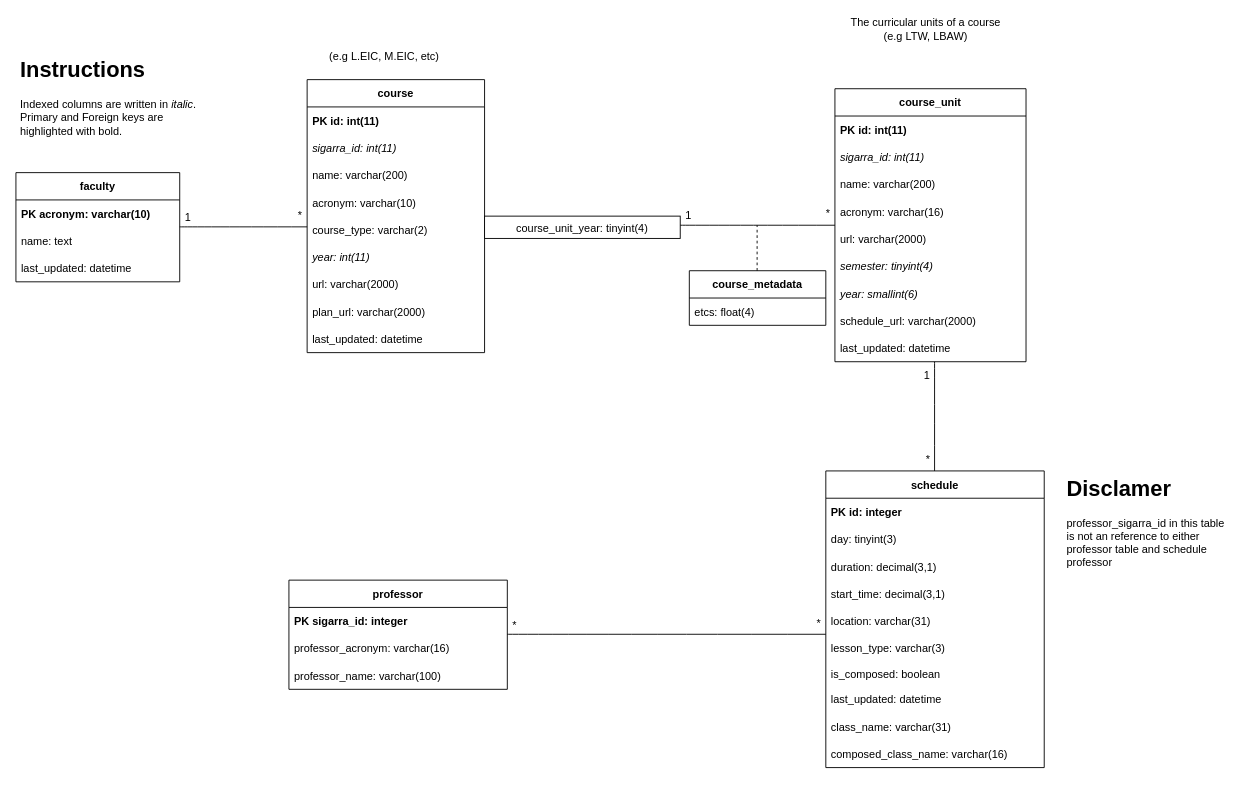
NIAEFEUP/uporto-schedule-scrapper keeps this draw.io diagram as docs/schema.drawio. Above is the earlier version. Source tidied: cells renumbered, new cells numbered last; positions are measured from the earlier drawing's top-left corner, leaving out a move shared by most shapes. Both pictures are drawn from the tidied source at 91%, with x=0, y=0 at pixel (15, 15).
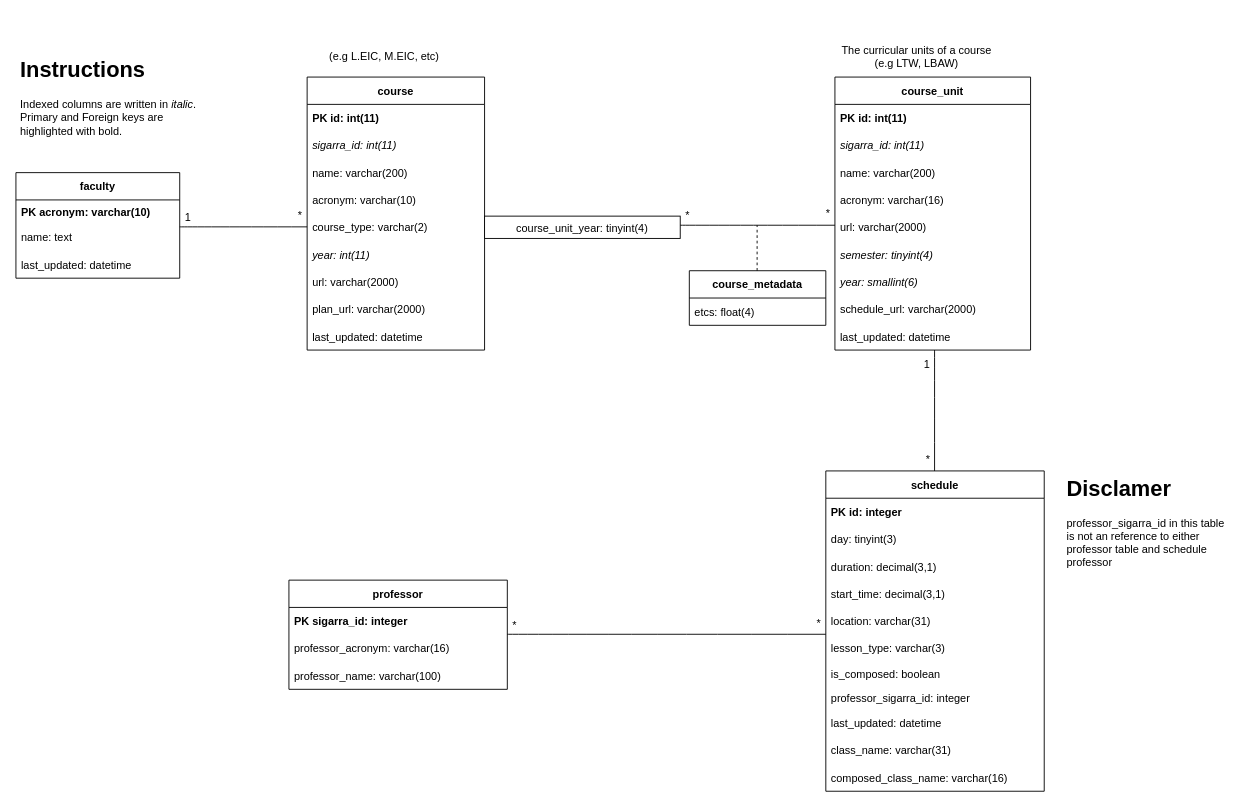
After the change.

Unchanged cells that the change refers to:
```xml
<mxCell id="49" style="endArrow=none;html=1;edgeStyle=orthogonalEdgeStyle;rounded=0;fontSize=12;curved=1;startSize=8;endSize=8;" parent="1" edge="1">
  <mxGeometry relative="1" as="geometry">
    <mxPoint x="730" y="230" as="sourcePoint" />
    <mxPoint x="900" y="230" as="targetPoint" />
  </mxGeometry>
</mxCell>
```

Change to the diagram source:
```diff
@@
     <mxCell id="2" value="course_unit" style="swimlane;fontStyle=1;horizontal=1;startSize=30;" parent="1" vertex="1">
-      <mxGeometry x="900" y="80" width="210" height="300" as="geometry" />
+      <mxGeometry x="900" y="67.2" width="215" height="300" as="geometry" />
     </mxCell>
     <mxCell id="3" value="PK id: int(11)" style="text;strokeColor=none;fillColor=none;align=left;verticalAlign=middle;spacingLeft=4;spacingRight=4;overflow=hidden;fontStyle=1;" parent="2" vertex="1">
-      <mxGeometry y="30" width="210" height="30" as="geometry" />
+      <mxGeometry y="30" width="215" height="30" as="geometry" />
     </mxCell>
     <mxCell id="4" value="sigarra_id: int(11)" style="text;strokeColor=none;fillColor=none;align=left;verticalAlign=middle;spacingLeft=4;spacingRight=4;overflow=hidden;fontStyle=2;" parent="2" vertex="1">
-      <mxGeometry y="60" width="210" height="30" as="geometry" />
+      <mxGeometry y="60" width="215" height="30" as="geometry" />
     </mxCell>
     <mxCell id="5" value="name: varchar(200)" style="text;strokeColor=none;fillColor=none;align=left;verticalAlign=middle;spacingLeft=4;spacingRight=4;overflow=hidden;" parent="2" vertex="1">
-      <mxGeometry y="90" width="210" height="30" as="geometry" />
+      <mxGeometry y="90" width="215" height="30" as="geometry" />
     </mxCell>
     <mxCell id="6" value="acronym: varchar(16)" style="text;strokeColor=none;fillColor=none;align=left;verticalAlign=middle;spacingLeft=4;spacingRight=4;overflow=hidden;" parent="2" vertex="1">
-      <mxGeometry y="120" width="210" height="30" as="geometry" />
+      <mxGeometry y="120" width="215" height="30" as="geometry" />
     </mxCell>
     <mxCell id="7" value="url: varchar(2000)" style="text;strokeColor=none;fillColor=none;align=left;verticalAlign=middle;spacingLeft=4;spacingRight=4;overflow=hidden;" parent="2" vertex="1">
-      <mxGeometry y="150" width="210" height="30" as="geometry" />
+      <mxGeometry y="150" width="215" height="30" as="geometry" />
     </mxCell>
     <mxCell id="8" value="semester: tinyint(4)" style="text;strokeColor=none;fillColor=none;align=left;verticalAlign=middle;spacingLeft=4;spacingRight=4;overflow=hidden;fontStyle=2;" parent="2" vertex="1">
-      <mxGeometry y="180" width="210" height="30" as="geometry" />
+      <mxGeometry y="180" width="215" height="30" as="geometry" />
     </mxCell>
     <mxCell id="9" value="year: smallint(6)" style="text;strokeColor=none;fillColor=none;align=left;verticalAlign=middle;spacingLeft=4;spacingRight=4;overflow=hidden;fontStyle=2;" parent="2" vertex="1">
-      <mxGeometry y="210" width="210" height="30" as="geometry" />
+      <mxGeometry y="210" width="215" height="30" as="geometry" />
     </mxCell>
     <mxCell id="10" value="schedule_url: varchar(2000)" style="text;strokeColor=none;fillColor=none;align=left;verticalAlign=middle;spacingLeft=4;spacingRight=4;overflow=hidden;" parent="2" vertex="1">
-      <mxGeometry y="240" width="210" height="30" as="geometry" />
+      <mxGeometry y="240" width="215" height="30" as="geometry" />
     </mxCell>
     <mxCell id="11" value="last_updated: datetime" style="text;strokeColor=none;fillColor=none;align=left;verticalAlign=middle;spacingLeft=4;spacingRight=4;overflow=hidden;" parent="2" vertex="1">
-      <mxGeometry y="270" width="210" height="30" as="geometry" />
+      <mxGeometry y="270" width="215" height="30" as="geometry" />
     </mxCell>
     <mxCell id="12" value="The curricular units of a course (e.g LTW, LBAW)" style="text;html=1;strokeColor=none;fillColor=none;align=center;verticalAlign=middle;whiteSpace=wrap;rounded=0;" parent="1" vertex="1">
-      <mxGeometry x="910" width="180" height="30" as="geometry" />
+      <mxGeometry x="900" y="30" width="180" height="30" as="geometry" />
     </mxCell>
@@
     <mxCell id="14" value="schedule" style="swimlane;fontStyle=1;horizontal=1;startSize=30;" parent="1" vertex="1">
-      <mxGeometry x="890" y="500" width="240" height="326" as="geometry" />
+      <mxGeometry x="890" y="500" width="240" height="352" as="geometry" />
     </mxCell>
@@
+    <mxCell id="62" value="professor_sigarra_id: integer" style="text;strokeColor=none;fillColor=none;align=left;verticalAlign=top;spacingLeft=4;spacingRight=4;overflow=hidden;whiteSpace=wrap;html=1;" parent="14" vertex="1">
+      <mxGeometry y="236" width="240" height="26" as="geometry" />
+    </mxCell>
     <mxCell id="22" value="last_updated: datetime" style="text;strokeColor=none;fillColor=none;align=left;verticalAlign=middle;spacingLeft=4;spacingRight=4;overflow=hidden;" parent="14" vertex="1">
-      <mxGeometry y="236" width="240" height="30" as="geometry" />
+      <mxGeometry y="262" width="240" height="30" as="geometry" />
     </mxCell>
     <mxCell id="23" value="class_name: varchar(31)" style="text;strokeColor=none;fillColor=none;align=left;verticalAlign=middle;spacingLeft=4;spacingRight=4;overflow=hidden;" parent="14" vertex="1">
-      <mxGeometry y="266" width="240" height="30" as="geometry" />
+      <mxGeometry y="292" width="240" height="30" as="geometry" />
     </mxCell>
     <mxCell id="24" value="composed_class_name: varchar(16)" style="text;strokeColor=none;fillColor=none;align=left;verticalAlign=middle;spacingLeft=4;spacingRight=4;overflow=hidden;" parent="14" vertex="1">
-      <mxGeometry y="296" width="240" height="30" as="geometry" />
+      <mxGeometry y="322" width="240" height="30" as="geometry" />
     </mxCell>
     <mxCell id="25" value="course" style="swimlane;fontStyle=1;horizontal=1;startSize=30;" parent="1" vertex="1">
-      <mxGeometry x="320" y="70" width="195" height="300" as="geometry" />
+      <mxGeometry x="320" y="67.2" width="195" height="300" as="geometry" />
     </mxCell>
@@
     <mxCell id="36" value="faculty" style="swimlane;fontStyle=1;horizontal=1;startSize=30;" parent="1" vertex="1">
-      <mxGeometry y="172.2" width="180" height="120" as="geometry" />
+      <mxGeometry y="172.2" width="180" height="116" as="geometry" />
     </mxCell>
-    <mxCell id="37" value="PK acronym: varchar(10)" style="text;strokeColor=none;fillColor=none;align=left;verticalAlign=middle;spacingLeft=4;spacingRight=4;overflow=hidden;fontStyle=1;" parent="36" vertex="1">
-      <mxGeometry y="30" width="180" height="30" as="geometry" />
+    <mxCell id="37" value="PK acronym: varchar(10)" style="text;strokeColor=none;fillColor=none;align=left;verticalAlign=top;spacingLeft=4;spacingRight=4;overflow=hidden;whiteSpace=wrap;html=1;fontStyle=1;" parent="36" vertex="1">
+      <mxGeometry y="30" width="180" height="26" as="geometry" />
     </mxCell>
     <mxCell id="38" value="name: text" style="text;strokeColor=none;fillColor=none;align=left;verticalAlign=middle;spacingLeft=4;spacingRight=4;overflow=hidden;fontStyle=0;" parent="36" vertex="1">
-      <mxGeometry y="60" width="180" height="30" as="geometry" />
+      <mxGeometry y="56" width="180" height="30" as="geometry" />
     </mxCell>
     <mxCell id="39" value="last_updated: datetime" style="text;strokeColor=none;fillColor=none;align=left;verticalAlign=middle;spacingLeft=4;spacingRight=4;overflow=hidden;fontStyle=0;" parent="36" vertex="1">
-      <mxGeometry y="90" width="180" height="30" as="geometry" />
+      <mxGeometry y="86" width="180" height="30" as="geometry" />
     </mxCell>
@@
-    <mxCell id="50" value="&lt;div&gt;&lt;font style=&quot;font-size: 12px;&quot;&gt;1&lt;/font&gt;&lt;/div&gt;" style="edgeLabel;html=1;align=left;verticalAlign=bottom;fontSize=16;shadow=0;fillColor=#99FF33;" parent="49" vertex="1">
+    <mxCell id="50" value="&lt;font style=&quot;font-size: 12px;&quot;&gt;*&lt;/font&gt;" style="edgeLabel;html=1;align=left;verticalAlign=bottom;fontSize=16;shadow=0;fillColor=#99FF33;" parent="49" vertex="1">
       <mxGeometry x="-1" relative="1" as="geometry">
         <mxPoint x="4" y="-1" as="offset" />
       </mxGeometry>
     </mxCell>
@@
     <mxCell id="56" style="endArrow=none;html=1;edgeStyle=orthogonalEdgeStyle;rounded=0;fontSize=12;curved=1;startSize=8;endSize=8;" parent="1" edge="1">
       <mxGeometry relative="1" as="geometry">
-        <mxPoint x="1009.5" y="380" as="sourcePoint" />
+        <mxPoint x="1009.5" y="367.2" as="sourcePoint" />
         <mxPoint x="1009.5" y="500" as="targetPoint" />
       </mxGeometry>
     </mxCell>
```
